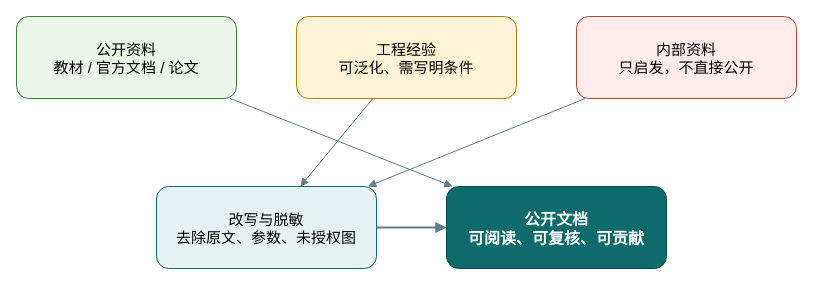
The draw.io diagram assets/diagrams/source-trust-map.drawio in onebulletkick/suspension_opensource, before the edit. Source tidied: cells renumbered, new cells numbered last; positions are measured from the earlier drawing's top-left corner, leaving out a move shared by most shapes. Both pictures are drawn from the tidied source at 100%, with x=0, y=0 at pixel (16, 16).
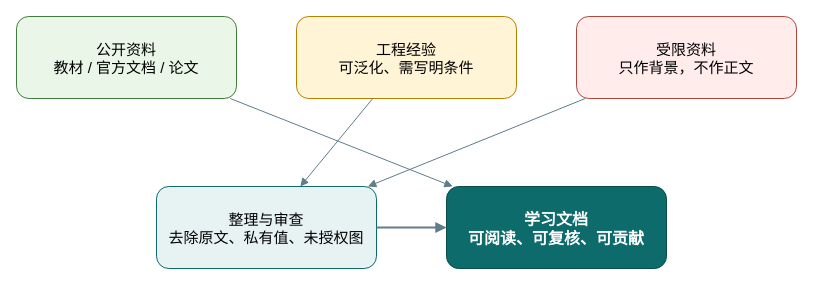
Above is the later version.

Diff of the diagram source:
```diff
@@
 <mxGraphModel>
   <root>
     <mxCell id="0" />
     <mxCell id="1" parent="0" />
     <mxCell id="2" value="公开资料&#10;教材 / 官方文档 / 论文" style="rounded=1;html=0;fillColor=#eaf7e8;strokeColor=#3e7d3a;fontSize=15;" parent="1" vertex="1">
       <mxGeometry width="220" height="82" as="geometry" />
     </mxCell>
     <mxCell id="3" value="工程经验&#10;可泛化、需写明条件" style="rounded=1;html=0;fillColor=#fff4d6;strokeColor=#b78100;fontSize=15;" parent="1" vertex="1">
       <mxGeometry x="280" width="220" height="82" as="geometry" />
     </mxCell>
-    <mxCell id="4" value="内部资料&#10;只启发，不直接公开" style="rounded=1;html=0;fillColor=#ffeceb;strokeColor=#b2463c;fontSize=15;" parent="1" vertex="1">
+    <mxCell id="4" value="受限资料&#10;只作背景，不作正文" style="rounded=1;html=0;fillColor=#ffeceb;strokeColor=#b2463c;fontSize=15;" parent="1" vertex="1">
       <mxGeometry x="560" width="220" height="82" as="geometry" />
     </mxCell>
-    <mxCell id="5" value="改写与脱敏&#10;去除原文、参数、未授权图" style="rounded=1;html=0;fillColor=#e7f3f2;strokeColor=#0d6b6b;fontSize=15;" parent="1" vertex="1">
+    <mxCell id="5" value="整理与审查&#10;去除原文、私有值、未授权图" style="rounded=1;html=0;fillColor=#e7f3f2;strokeColor=#0d6b6b;fontSize=15;" parent="1" vertex="1">
       <mxGeometry x="140" y="170" width="220" height="82" as="geometry" />
     </mxCell>
-    <mxCell id="6" value="公开文档&#10;可阅读、可复核、可贡献" style="rounded=1;html=0;fillColor=#0d6b6b;fontColor=#ffffff;strokeColor=#0a4c4c;fontStyle=1;fontSize=16;" parent="1" vertex="1">
+    <mxCell id="6" value="学习文档&#10;可阅读、可复核、可贡献" style="rounded=1;html=0;fillColor=#0d6b6b;fontColor=#ffffff;strokeColor=#0a4c4c;fontStyle=1;fontSize=16;" parent="1" vertex="1">
       <mxGeometry x="430" y="170" width="220" height="82" as="geometry" />
     </mxCell>
     <mxCell id="7" style="endArrow=block;html=0;rounded=0;strokeColor=#607d8b;" parent="1" edge="1" source="2" target="6">
       <mxGeometry relative="1" as="geometry" />
     </mxCell>
     <mxCell id="8" style="endArrow=block;html=0;rounded=0;strokeColor=#607d8b;" parent="1" edge="1" source="3" target="5">
       <mxGeometry relative="1" as="geometry" />
     </mxCell>
     <mxCell id="9" style="endArrow=block;html=0;rounded=0;strokeColor=#607d8b;" parent="1" edge="1" source="4" target="5">
       <mxGeometry relative="1" as="geometry" />
     </mxCell>
     <mxCell id="10" style="endArrow=block;html=0;rounded=0;strokeWidth=2;strokeColor=#607d8b;" parent="1" edge="1" source="5" target="6">
       <mxGeometry relative="1" as="geometry" />
     </mxCell>
   </root>
 </mxGraphModel>
```
